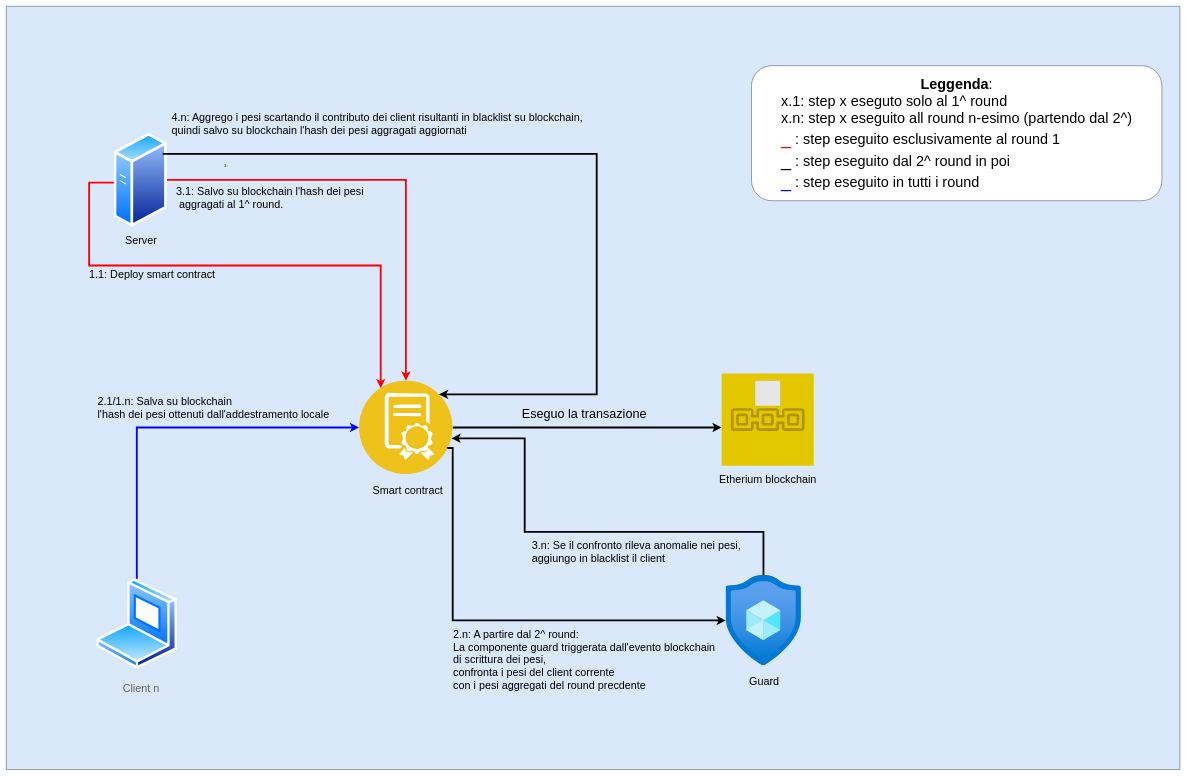
FrancolinoFlavioDomenico/firstLevelDegreeThesis keeps this draw.io diagram as archDigram/archDiagram.drawio. Above is the earlier version. Source tidied: cells renumbered, new cells numbered last; positions are measured from the earlier drawing's top-left corner, leaving out a move shared by most shapes. Both pictures are drawn from the tidied source at 36%, with x=0, y=0 at pixel (6, 6). Pictures stored in the file or linked from it are replaced by grey dashed boxes.
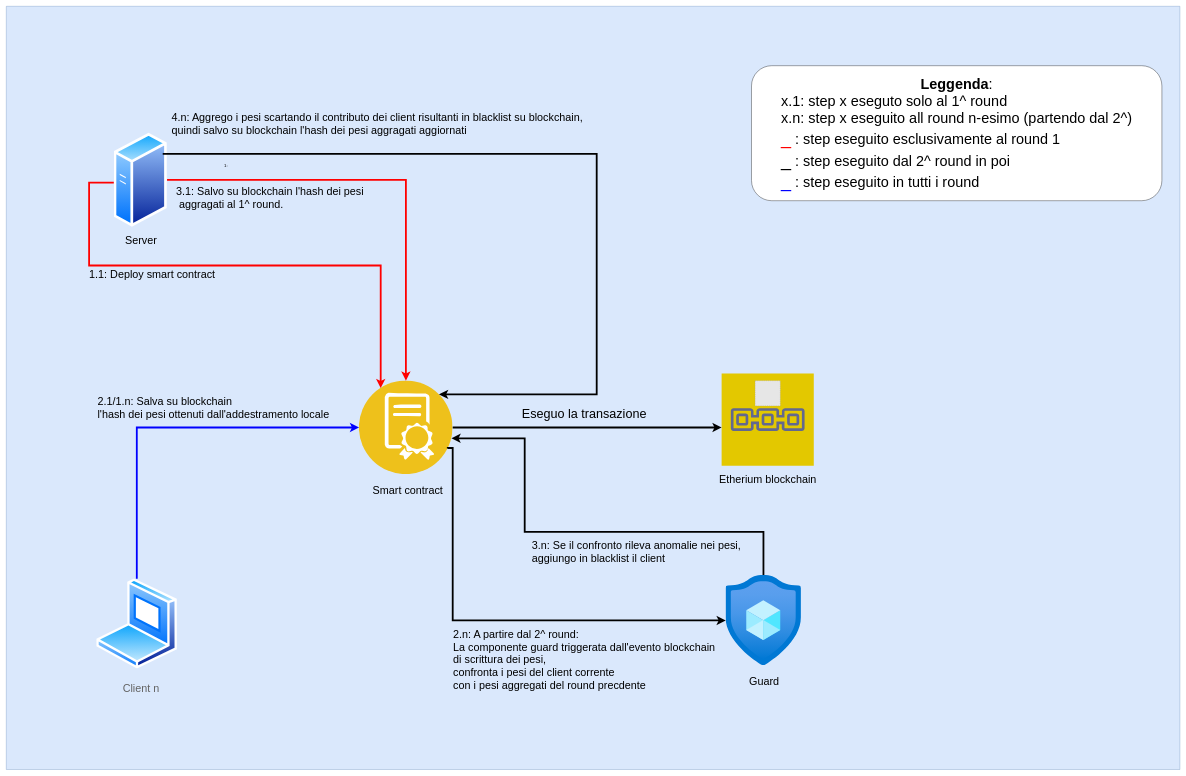
The same diagram, later.

Commit message:
diagram color

The change refers to these unchanged cells:
```xml
<mxCell id="12" style="group;" parent="1" vertex="1">
  <mxGeometry x="1970" y="1020" width="290" height="320" as="geometry" />
</mxCell>
```

Diff of the diagram source:
```diff
@@
-    <mxCell id="2" style="verticalLabelPosition=bottom;verticalAlign=top;html=1;shape=mxgraph.basic.rect;fillColor2=none;strokeWidth=1;size=20;indent=5;fillColor=#dae8fc;strokeColor=default;" parent="1" vertex="1">
+    <mxCell id="2" style="verticalLabelPosition=bottom;verticalAlign=top;html=1;shape=mxgraph.basic.rect;fillColor2=none;strokeWidth=1;size=20;indent=5;fillColor=#dae8fc;strokeColor=#6c8ebf;" parent="1" vertex="1">
       <mxGeometry width="3260" height="2120" as="geometry" />
     </mxCell>
@@
-    <mxCell id="13" style="sketch=0;points=[[0,0,0],[0.25,0,0],[0.5,0,0],[0.75,0,0],[1,0,0],[0,1,0],[0.25,1,0],[0.5,1,0],[0.75,1,0],[1,1,0],[0,0.25,0],[0,0.5,0],[0,0.75,0],[1,0.25,0],[1,0.5,0],[1,0.75,0]];outlineConnect=0;fillColor=#e3c800;strokeColor=#B09500;dashed=0;verticalLabelPosition=bottom;verticalAlign=top;align=center;html=1;fontSize=12;fontStyle=0;shape=mxgraph.aws4.resourceIcon;resIcon=mxgraph.aws4.blockchain;fontColor=#000000;" parent="12" vertex="1">
+    <mxCell id="13" style="sketch=0;points=[[0,0,0],[0.25,0,0],[0.5,0,0],[0.75,0,0],[1,0,0],[0,1,0],[0.25,1,0],[0.5,1,0],[0.75,1,0],[1,1,0],[0,0.25,0],[0,0.5,0],[0,0.75,0],[1,0.25,0],[1,0.5,0],[1,0.75,0]];outlineConnect=0;fillColor=#e3c800;strokeColor=light-dark(#626890, #8d7600);dashed=0;verticalLabelPosition=bottom;verticalAlign=top;align=center;html=1;fontSize=12;fontStyle=0;shape=mxgraph.aws4.resourceIcon;resIcon=mxgraph.aws4.blockchain;fontColor=#000000;" parent="12" vertex="1">
       <mxGeometry x="17" width="256" height="256" as="geometry" />
     </mxCell>
```
